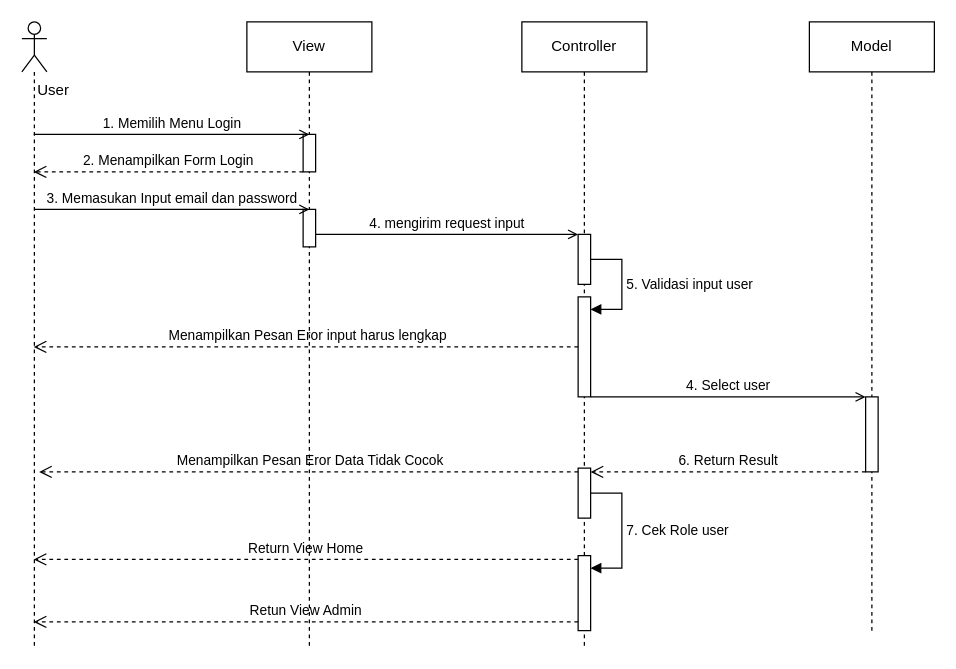
Above: page "Register_sequence" (2 of 7) of sequence.drawio in ThikerXCX/umltoko (draw.io), before the change. Source tidied: cells renumbered, new cells numbered last; positions are measured from the earlier drawing's top-left corner, leaving out a move shared by most shapes. Both pictures are drawn from the tidied source at 125%, with x=0, y=0 at pixel (21, 21).
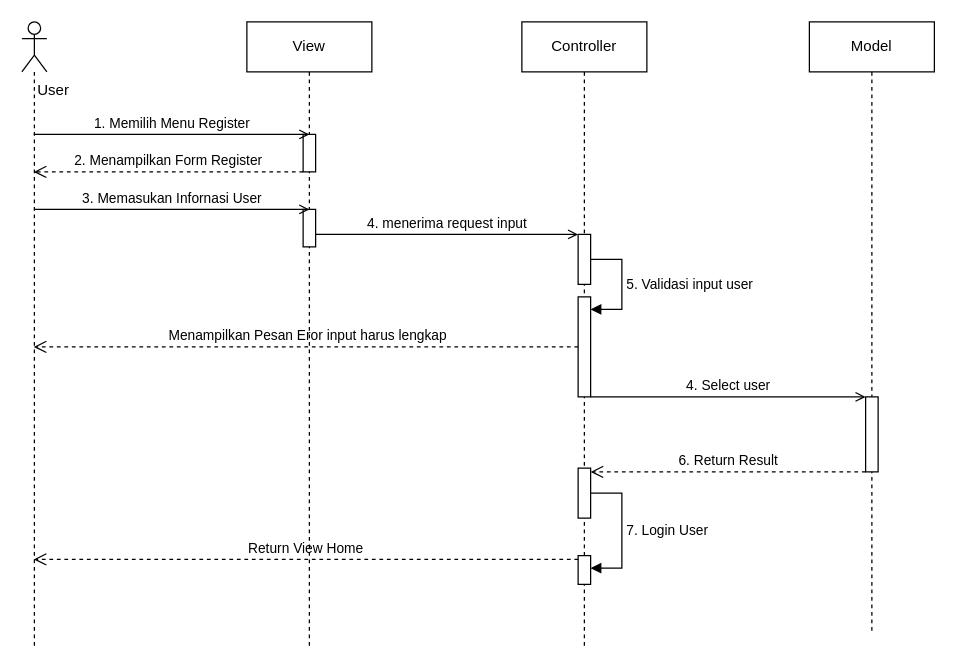
The same page after the edit.

The change refers to these unchanged cells:
```xml
<mxCell id="2" style="shape=umlLifeline;perimeter=lifelinePerimeter;whiteSpace=wrap;html=1;outlineConnect=0;portConstraint=eastwest;newEdgeStyle={&quot;edgeStyle&quot;:&quot;elbowEdgeStyle&quot;,&quot;elbow&quot;:&quot;vertical&quot;,&quot;curved&quot;:0,&quot;rounded&quot;:0};participant=umlActor;" parent="1" vertex="1">
  <mxGeometry width="20" height="500" as="geometry" />
</mxCell>
<mxCell id="4" style="html=1;points=[];perimeter=orthogonalPerimeter;outlineConnect=0;targetShapes=umlLifeline;portConstraint=eastwest;newEdgeStyle={&quot;edgeStyle&quot;:&quot;elbowEdgeStyle&quot;,&quot;elbow&quot;:&quot;vertical&quot;,&quot;curved&quot;:0,&quot;rounded&quot;:0};" parent="3" vertex="1">
  <mxGeometry x="45" y="90" width="10" height="30" as="geometry" />
</mxCell>
<mxCell id="5" style="html=1;points=[];perimeter=orthogonalPerimeter;outlineConnect=0;targetShapes=umlLifeline;portConstraint=eastwest;newEdgeStyle={&quot;edgeStyle&quot;:&quot;elbowEdgeStyle&quot;,&quot;elbow&quot;:&quot;vertical&quot;,&quot;curved&quot;:0,&quot;rounded&quot;:0};" parent="3" vertex="1">
  <mxGeometry x="45" y="150" width="10" height="30" as="geometry" />
</mxCell>
<mxCell id="7" value="Controller" style="shape=umlLifeline;perimeter=lifelinePerimeter;whiteSpace=wrap;html=1;newEdgeStyle={&quot;edgeStyle&quot;:&quot;elbowEdgeStyle&quot;,&quot;elbow&quot;:&quot;vertical&quot;,&quot;curved&quot;:0,&quot;rounded&quot;:0};" parent="1" vertex="1">
  <mxGeometry x="400" width="100" height="500" as="geometry" />
</mxCell>
<mxCell id="11" style="html=1;points=[];perimeter=orthogonalPerimeter;outlineConnect=0;targetShapes=umlLifeline;portConstraint=eastwest;newEdgeStyle={&quot;edgeStyle&quot;:&quot;elbowEdgeStyle&quot;,&quot;elbow&quot;:&quot;vertical&quot;,&quot;curved&quot;:0,&quot;rounded&quot;:0};" parent="7" vertex="1">
  <mxGeometry x="45" y="357" width="10" height="40" as="geometry" />
</mxCell>
```

The edit, as a diff of the source:
```diff
@@
-    <mxCell id="12" value="7. Cek Role user" style="html=1;align=left;spacingLeft=2;endArrow=block;rounded=0;edgeStyle=orthogonalEdgeStyle;curved=0;rounded=0;" parent="7" edge="1" source="11" target="13">
+    <mxCell id="12" value="7. Login User" style="html=1;align=left;spacingLeft=2;endArrow=block;rounded=0;edgeStyle=orthogonalEdgeStyle;curved=0;rounded=0;" parent="7" edge="1" source="11" target="13">
       <mxGeometry relative="1" as="geometry">
         <Array as="points">
           <mxPoint x="80" y="377" />
           <mxPoint x="80" y="437" />
         </Array>
       </mxGeometry>
     </mxCell>
     <mxCell id="13" style="html=1;points=[];perimeter=orthogonalPerimeter;outlineConnect=0;targetShapes=umlLifeline;portConstraint=eastwest;newEdgeStyle={&quot;edgeStyle&quot;:&quot;elbowEdgeStyle&quot;,&quot;elbow&quot;:&quot;vertical&quot;,&quot;curved&quot;:0,&quot;rounded&quot;:0};" parent="7" vertex="1">
-      <mxGeometry x="45" y="427" width="10" height="60" as="geometry" />
+      <mxGeometry x="45" y="427" width="10" height="23" as="geometry" />
     </mxCell>
@@
-    <mxCell id="16" value="1. Memilih Menu Login" style="html=1;verticalAlign=bottom;labelBackgroundColor=none;endArrow=open;endFill=0;rounded=0;" parent="1" edge="1" source="2">
+    <mxCell id="16" value="1. Memilih Menu Register" style="html=1;verticalAlign=bottom;labelBackgroundColor=none;endArrow=open;endFill=0;rounded=0;" parent="1" edge="1" source="2">
       <mxGeometry relative="1" as="geometry">
         <mxPoint x="230" y="90" as="targetPoint" />
         <Array as="points">
           <mxPoint x="100" y="90" />
         </Array>
       </mxGeometry>
     </mxCell>
-    <mxCell id="17" value="2. Menampilkan Form Login" style="endArrow=open;startArrow=none;endFill=0;startFill=0;endSize=8;html=1;verticalAlign=bottom;dashed=1;labelBackgroundColor=none;rounded=0;" parent="1" edge="1" source="4" target="2">
+    <mxCell id="17" value="2. Menampilkan Form Register" style="endArrow=open;startArrow=none;endFill=0;startFill=0;endSize=8;html=1;verticalAlign=bottom;dashed=1;labelBackgroundColor=none;rounded=0;" parent="1" edge="1" source="4" target="2">
       <mxGeometry relative="1" as="geometry">
         <Array as="points">
           <mxPoint x="80" y="120" />
         </Array>
       </mxGeometry>
     </mxCell>
-    <mxCell id="18" value="3. Memasukan Input email dan password" style="html=1;verticalAlign=bottom;labelBackgroundColor=none;endArrow=open;endFill=0;rounded=0;" parent="1" edge="1">
+    <mxCell id="18" value="3. Memasukan Infornasi User" style="html=1;verticalAlign=bottom;labelBackgroundColor=none;endArrow=open;endFill=0;rounded=0;" parent="1" edge="1">
       <mxGeometry relative="1" as="geometry">
         <mxPoint x="10" y="150" as="sourcePoint" />
         <mxPoint x="230" y="150" as="targetPoint" />
         <Array as="points">
           <mxPoint x="100" y="150" />
         </Array>
       </mxGeometry>
     </mxCell>
-    <mxCell id="19" value="4. mengirim request input" style="html=1;verticalAlign=bottom;labelBackgroundColor=none;endArrow=open;endFill=0;rounded=0;" parent="1" edge="1" source="5">
+    <mxCell id="19" value="4. menerima request input" style="html=1;verticalAlign=bottom;labelBackgroundColor=none;endArrow=open;endFill=0;rounded=0;" parent="1" edge="1" source="5">
       <mxGeometry relative="1" as="geometry">
         <mxPoint x="445" y="170" as="targetPoint" />
         <Array as="points">
           <mxPoint x="320" y="170" />
         </Array>
       </mxGeometry>
     </mxCell>
@@
-    <mxCell id="23" value="&amp;nbsp;Menampilkan Pesan Eror Data Tidak Cocok" style="endArrow=open;startArrow=none;endFill=0;startFill=0;endSize=8;html=1;verticalAlign=bottom;dashed=1;labelBackgroundColor=none;rounded=0;" parent="1" edge="1" source="11">
-      <mxGeometry relative="1" as="geometry">
-        <mxPoint x="13.8" y="360" as="targetPoint" />
-        <Array as="points">
-          <mxPoint x="303.8" y="360" />
-        </Array>
-      </mxGeometry>
-    </mxCell>
@@
-    <mxCell id="25" value="Retun View Admin" style="endArrow=open;startArrow=none;endFill=0;startFill=0;endSize=8;html=1;verticalAlign=bottom;dashed=1;labelBackgroundColor=none;rounded=0;" parent="1" edge="1" source="13" target="2">
-      <mxGeometry relative="1" as="geometry">
-        <Array as="points">
-          <mxPoint x="302.5" y="480" />
-        </Array>
-      </mxGeometry>
-    </mxCell>
```
